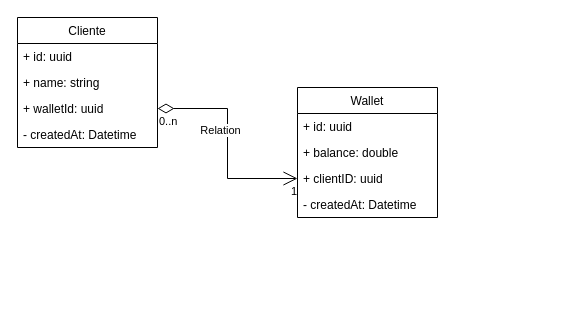
Earlier version of the draw.io diagram Diagrama sem nome.drawio (markossilva/draw-io-charts). Source tidied: cells renumbered, new cells numbered last; positions are measured from the earlier drawing's top-left corner, leaving out a move shared by most shapes. Both pictures are drawn from the tidied source at 100%, with x=0, y=0 at pixel (17, 17).
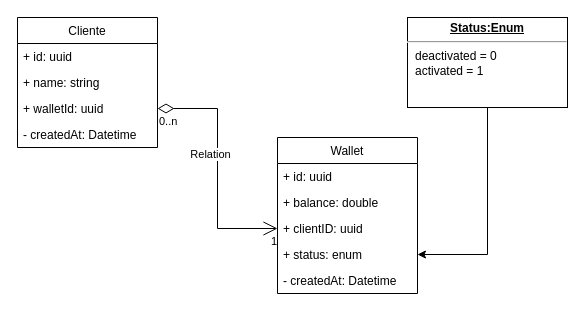
The same diagram, later.

Diff of the diagram source:
```diff
@@
 <mxGraphModel>
   <root>
     <mxCell id="0" />
     <mxCell id="1" parent="0" />
     <mxCell id="2" value="Cliente" style="swimlane;fontStyle=0;horizontal=1;startSize=26;fillColor=none;" parent="1" vertex="1">
       <mxGeometry width="140" height="130" as="geometry" />
     </mxCell>
     <mxCell id="3" value="+ id: uuid" style="text;strokeColor=none;fillColor=none;align=left;verticalAlign=top;spacingLeft=4;spacingRight=4;overflow=hidden;" parent="2" vertex="1">
       <mxGeometry y="26" width="140" height="26" as="geometry" />
     </mxCell>
     <mxCell id="4" value="+ name: string" style="text;strokeColor=none;fillColor=none;align=left;verticalAlign=top;spacingLeft=4;spacingRight=4;overflow=hidden;" parent="2" vertex="1">
       <mxGeometry y="52" width="140" height="26" as="geometry" />
     </mxCell>
     <mxCell id="5" value="+ walletId: uuid" style="text;strokeColor=none;fillColor=none;align=left;verticalAlign=top;spacingLeft=4;spacingRight=4;overflow=hidden;points=[[0,0.5],[1,0.5]];portConstraint=eastwest;" parent="2" vertex="1">
       <mxGeometry y="78" width="140" height="26" as="geometry" />
     </mxCell>
     <mxCell id="6" value="- createdAt: Datetime" style="text;strokeColor=none;fillColor=none;align=left;verticalAlign=top;spacingLeft=4;spacingRight=4;overflow=hidden;" parent="2" vertex="1">
       <mxGeometry y="104" width="140" height="26" as="geometry" />
     </mxCell>
     <mxCell id="7" value="Wallet" style="swimlane;fontStyle=0;horizontal=1;startSize=26;fillColor=none;" parent="1" vertex="1">
-      <mxGeometry x="280" y="70" width="140" height="130" as="geometry" />
+      <mxGeometry x="260" y="120" width="140" height="156" as="geometry" />
     </mxCell>
     <mxCell id="8" value="+ id: uuid" style="text;strokeColor=none;fillColor=none;align=left;verticalAlign=top;spacingLeft=4;spacingRight=4;overflow=hidden;" parent="7" vertex="1">
       <mxGeometry y="26" width="140" height="26" as="geometry" />
     </mxCell>
     <mxCell id="9" value="+ balance: double" style="text;strokeColor=none;fillColor=none;align=left;verticalAlign=top;spacingLeft=4;spacingRight=4;overflow=hidden;" parent="7" vertex="1">
       <mxGeometry y="52" width="140" height="26" as="geometry" />
     </mxCell>
     <mxCell id="10" value="+ clientID: uuid" style="text;strokeColor=none;fillColor=none;align=left;verticalAlign=top;spacingLeft=4;spacingRight=4;overflow=hidden;points=[[0,0.5],[1,0.5]];portConstraint=eastwest;" parent="7" vertex="1">
       <mxGeometry y="78" width="140" height="26" as="geometry" />
     </mxCell>
+    <mxCell id="15" value="+ status: enum" style="text;strokeColor=none;fillColor=none;align=left;verticalAlign=top;spacingLeft=4;spacingRight=4;overflow=hidden;points=[[0,0.5],[1,0.5]];portConstraint=eastwest;" parent="7" vertex="1">
+      <mxGeometry y="104" width="140" height="26" as="geometry" />
+    </mxCell>
     <mxCell id="11" value="- createdAt: Datetime" style="text;strokeColor=none;fillColor=none;align=left;verticalAlign=top;spacingLeft=4;spacingRight=4;overflow=hidden;" parent="7" vertex="1">
-      <mxGeometry y="104" width="140" height="26" as="geometry" />
+      <mxGeometry y="130" width="140" height="26" as="geometry" />
     </mxCell>
     <mxCell id="12" value="Relation" style="endArrow=open;html=1;endSize=12;startArrow=diamondThin;startSize=14;startFill=0;edgeStyle=orthogonalEdgeStyle;rounded=0;" parent="1" edge="1" source="5" target="10">
       <mxGeometry x="-0.12" y="-7" relative="1" as="geometry" />
     </mxCell>
     <mxCell id="13" value="0..n" style="edgeLabel;html=1;align=left;verticalAlign=top;" parent="12" vertex="1">
       <mxGeometry x="-1" relative="1" as="geometry" />
     </mxCell>
     <mxCell id="14" value="1" style="edgeLabel;html=1;align=right;verticalAlign=top;" parent="12" vertex="1">
       <mxGeometry x="1" relative="1" as="geometry" />
     </mxCell>
+    <mxCell id="16" style="edgeStyle=orthogonalEdgeStyle;rounded=0;jettySize=auto;html=1;" parent="1" edge="1" source="17" target="15">
+      <mxGeometry relative="1" as="geometry" />
+    </mxCell>
+    <mxCell id="17" value="&lt;p style=&quot;margin:0px;margin-top:4px;text-align:center;text-decoration:underline;&quot;&gt;&lt;b&gt;Status:Enum&lt;/b&gt;&lt;/p&gt;&lt;hr&gt;&lt;p style=&quot;margin:0px;margin-left:8px;&quot;&gt;deactivated = 0&lt;br&gt;activated = 1&lt;br&gt;&lt;/p&gt;" style="verticalAlign=top;align=left;overflow=fill;fontSize=12;fontFamily=Helvetica;html=1;" parent="1" vertex="1">
+      <mxGeometry x="390" width="160" height="90" as="geometry" />
+    </mxCell>
   </root>
 </mxGraphModel>
```
